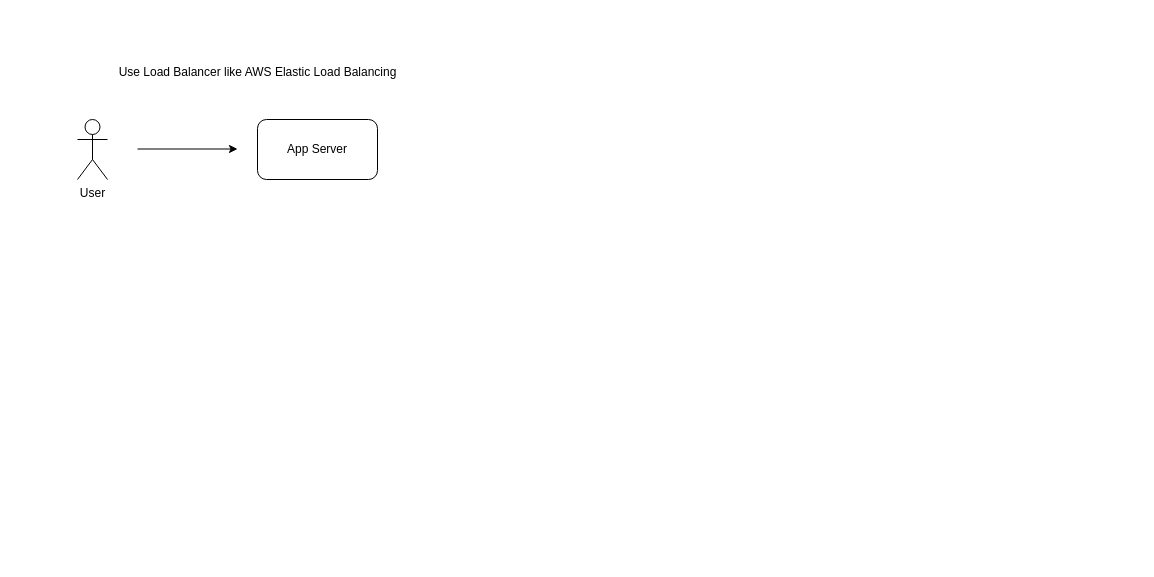
Before: Untitled Diagram.drawio in matthewyohannes/system-design, a draw.io diagram. Source tidied: cells renumbered, new cells numbered last; positions are measured from the earlier drawing's top-left corner, leaving out a move shared by most shapes. Both pictures are drawn from the tidied source at 100%, with x=0, y=0 at pixel (77, 57). Pictures stored in the file or linked from it are replaced by grey dashed boxes.
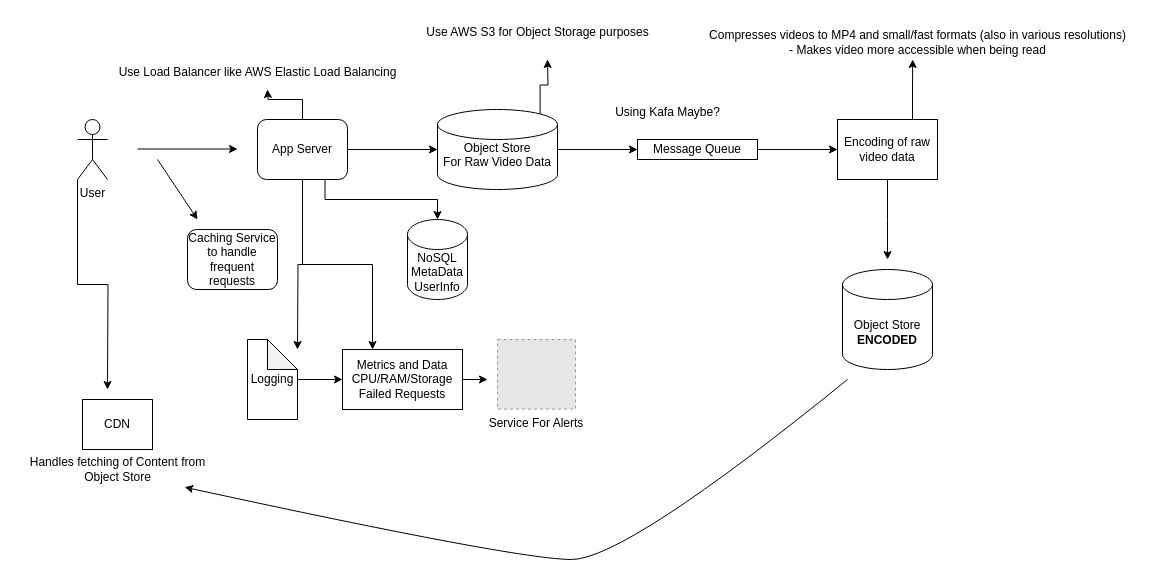
The same diagram, later.

The change refers to these unchanged cells:
```xml
<mxCell id="2" value="User" style="shape=umlActor;verticalLabelPosition=bottom;verticalAlign=top;html=1;outlineConnect=0;" parent="1" vertex="1">
  <mxGeometry y="62" width="30" height="60" as="geometry" />
</mxCell>
```

The edit, as a diff of the source:
```diff
@@
+    <mxCell id="6" style="edgeStyle=orthogonalEdgeStyle;rounded=0;jettySize=auto;html=1;exitX=0;exitY=1;exitDx=0;exitDy=0;exitPerimeter=0;" parent="1" edge="1" source="2">
+      <mxGeometry relative="1" as="geometry">
+        <mxPoint x="30" y="332" as="targetPoint" />
+      </mxGeometry>
+    </mxCell>
@@
+    <mxCell id="7" style="edgeStyle=orthogonalEdgeStyle;rounded=0;jettySize=auto;html=1;exitX=1;exitY=0.5;exitDx=0;exitDy=0;entryX=0;entryY=0.5;entryDx=0;entryDy=0;entryPerimeter=0;" parent="1" edge="1" source="4" target="15">
+      <mxGeometry relative="1" as="geometry" />
+    </mxCell>
+    <mxCell id="8" style="edgeStyle=orthogonalEdgeStyle;rounded=0;jettySize=auto;html=1;exitX=0.5;exitY=0;exitDx=0;exitDy=0;" parent="1" edge="1" source="4">
+      <mxGeometry relative="1" as="geometry">
+        <mxPoint x="190" y="32" as="targetPoint" />
+      </mxGeometry>
+    </mxCell>
+    <mxCell id="9" style="edgeStyle=orthogonalEdgeStyle;rounded=0;jettySize=auto;html=1;exitX=0.75;exitY=1;exitDx=0;exitDy=0;" parent="1" edge="1" source="4" target="12">
+      <mxGeometry relative="1" as="geometry" />
+    </mxCell>
+    <mxCell id="10" style="edgeStyle=orthogonalEdgeStyle;rounded=0;jettySize=auto;html=1;" parent="1" edge="1" source="4">
+      <mxGeometry relative="1" as="geometry">
+        <mxPoint x="220" y="292" as="targetPoint" />
+      </mxGeometry>
+    </mxCell>
+    <mxCell id="11" style="edgeStyle=orthogonalEdgeStyle;rounded=0;jettySize=auto;html=1;exitX=0.5;exitY=1;exitDx=0;exitDy=0;entryX=0.25;entryY=0;entryDx=0;entryDy=0;" parent="1" edge="1" source="4" target="22">
+      <mxGeometry relative="1" as="geometry" />
+    </mxCell>
     <mxCell id="4" value="App Server" style="rounded=1;whiteSpace=wrap;html=1;" parent="1" vertex="1">
-      <mxGeometry x="180" y="62" width="120" height="60" as="geometry" />
+      <mxGeometry x="180" y="62" width="90" height="60" as="geometry" />
     </mxCell>
@@
+    <mxCell id="12" value="NoSQL&lt;div&gt;MetaData&lt;/div&gt;&lt;div&gt;UserInfo&lt;/div&gt;" style="shape=cylinder3;whiteSpace=wrap;html=1;boundedLbl=1;backgroundOutline=1;size=15;" parent="1" vertex="1">
+      <mxGeometry x="330" y="162" width="60" height="80" as="geometry" />
+    </mxCell>
+    <mxCell id="13" style="edgeStyle=orthogonalEdgeStyle;rounded=0;jettySize=auto;html=1;" parent="1" edge="1" source="15" target="24">
+      <mxGeometry relative="1" as="geometry" />
+    </mxCell>
+    <mxCell id="14" style="edgeStyle=orthogonalEdgeStyle;rounded=0;jettySize=auto;html=1;exitX=0.855;exitY=0;exitDx=0;exitDy=4.35;exitPerimeter=0;" parent="1" edge="1" source="15">
+      <mxGeometry relative="1" as="geometry">
+        <mxPoint x="470" y="2" as="targetPoint" />
+      </mxGeometry>
+    </mxCell>
+    <mxCell id="15" value="Object Store&lt;div&gt;For Raw Video Data&lt;br&gt;&lt;div&gt;&lt;span style=&quot;color: rgba(0, 0, 0, 0); font-family: monospace; font-size: 0px; text-align: start; text-wrap-mode: nowrap;&quot;&gt;For%3CmxGraphModel%3E%3Croot%3E%3CmxCell%20id%3D%220%22%2F%3E%3CmxCell%20id%3D%221%22%20parent%3D%220%22%2F%3E%3CmxCell%20id%3D%222%22%20value%3D%22Object%20Store%26lt%3Bdiv%26gt%3B(For%20Raw%20Video%20Data)%26lt%3B%2Fdiv%26gt%3B%22%20style%3D%22rounded%3D1%3BwhiteSpace%3Dwrap%3Bhtml%3D1%3B%22%20vertex%3D%221%22%20parent%3D%221%22%3E%3CmxGeometry%20x%3D%22400%22%20y%3D%22190%22%20width%3D%22120%22%20height%3D%2260%22%20as%3D%22geometry%22%2F%3E%3C%2FmxCell%3E%3C%2Froot%3E%3C%2FmxGraphModel%3E&lt;/span&gt;&lt;/div&gt;&lt;/div&gt;" style="shape=cylinder3;whiteSpace=wrap;html=1;boundedLbl=1;backgroundOutline=1;size=15;" parent="1" vertex="1">
+      <mxGeometry x="360" y="52" width="120" height="80" as="geometry" />
+    </mxCell>
+    <mxCell id="16" value="Caching Service to handle frequent requests" style="rounded=1;whiteSpace=wrap;html=1;" parent="1" vertex="1">
+      <mxGeometry x="110" y="172" width="90" height="60" as="geometry" />
+    </mxCell>
+    <mxCell id="17" style="edgeStyle=none;orthogonalLoop=1;jettySize=auto;html=1;rounded=0;" parent="1" edge="1">
+      <mxGeometry relative="1" as="geometry">
+        <mxPoint x="80" y="102" as="sourcePoint" />
+        <mxPoint x="120" y="162" as="targetPoint" />
+      </mxGeometry>
+    </mxCell>
+    <mxCell id="18" style="edgeStyle=orthogonalEdgeStyle;rounded=0;jettySize=auto;html=1;" parent="1" edge="1" source="19" target="22">
+      <mxGeometry relative="1" as="geometry" />
+    </mxCell>
+    <mxCell id="19" value="Logging" style="shape=note;whiteSpace=wrap;html=1;backgroundOutline=1;darkOpacity=0.05;" parent="1" vertex="1">
+      <mxGeometry x="170" y="282" width="50" height="80" as="geometry" />
+    </mxCell>
+    <mxCell id="20" value="Service For Alerts" style="fillColor=#E6E6E6;strokeColor=#999999;dashed=1;verticalLabelPosition=bottom;labelBackgroundColor=default;verticalAlign=top;" parent="1" vertex="1">
+      <mxGeometry x="420" y="282" width="78" height="69.6" as="geometry" />
+    </mxCell>
+    <mxCell id="21" style="edgeStyle=orthogonalEdgeStyle;rounded=0;jettySize=auto;html=1;exitX=1;exitY=0.5;exitDx=0;exitDy=0;" parent="1" edge="1" source="22">
+      <mxGeometry relative="1" as="geometry">
+        <mxPoint x="410" y="322" as="targetPoint" />
+      </mxGeometry>
+    </mxCell>
+    <mxCell id="22" value="Metrics and Data&lt;div&gt;CPU/RAM/Storage&lt;/div&gt;&lt;div&gt;Failed Requests&lt;/div&gt;" style="whiteSpace=wrap;html=1;" parent="1" vertex="1">
+      <mxGeometry x="265" y="292" width="120" height="60" as="geometry" />
+    </mxCell>
+    <mxCell id="23" style="edgeStyle=orthogonalEdgeStyle;rounded=0;jettySize=auto;html=1;" parent="1" edge="1" source="24" target="27">
+      <mxGeometry relative="1" as="geometry" />
+    </mxCell>
+    <mxCell id="24" value="Message Queue" style="whiteSpace=wrap;html=1;" parent="1" vertex="1">
+      <mxGeometry x="560" y="82" width="120" height="20" as="geometry" />
+    </mxCell>
+    <mxCell id="25" style="edgeStyle=orthogonalEdgeStyle;rounded=0;jettySize=auto;html=1;exitX=0.75;exitY=0;exitDx=0;exitDy=0;" parent="1" edge="1" source="27">
+      <mxGeometry relative="1" as="geometry">
+        <mxPoint x="835.2" y="2" as="targetPoint" />
+      </mxGeometry>
+    </mxCell>
+    <mxCell id="26" style="edgeStyle=orthogonalEdgeStyle;rounded=0;jettySize=auto;html=1;" parent="1" edge="1" source="27">
+      <mxGeometry relative="1" as="geometry">
+        <mxPoint x="810" y="202" as="targetPoint" />
+      </mxGeometry>
+    </mxCell>
+    <mxCell id="27" value="Encoding of raw video data" style="whiteSpace=wrap;html=1;" parent="1" vertex="1">
+      <mxGeometry x="760" y="62" width="100" height="60" as="geometry" />
+    </mxCell>
+    <mxCell id="28" value="Use AWS S3 for Object Storage purposes" style="text;html=1;align=center;verticalAlign=middle;strokeColor=none;fillColor=none;" parent="1" vertex="1">
+      <mxGeometry x="335" y="-40" width="250" height="30" as="geometry" />
+    </mxCell>
+    <mxCell id="29" value="Using Kafa Maybe?" style="text;html=1;align=center;verticalAlign=middle;strokeColor=none;fillColor=none;" parent="1" vertex="1">
+      <mxGeometry x="525" y="40" width="130" height="30" as="geometry" />
+    </mxCell>
+    <mxCell id="30" value="Compresses videos to MP4 and small/fast formats (also in various resolutions)&lt;div&gt;- Makes video more accessible when being read&lt;/div&gt;" style="text;html=1;align=center;verticalAlign=middle;strokeColor=none;fillColor=none;" parent="1" vertex="1">
+      <mxGeometry x="620" y="-35" width="440" height="40" as="geometry" />
+    </mxCell>
+    <mxCell id="31" value="Object Store&lt;div&gt;&lt;b&gt;ENCODED&lt;/b&gt;&lt;/div&gt;" style="shape=cylinder3;whiteSpace=wrap;html=1;boundedLbl=1;backgroundOutline=1;size=15;" parent="1" vertex="1">
+      <mxGeometry x="765" y="212" width="90" height="100" as="geometry" />
+    </mxCell>
+    <mxCell id="32" value="CDN" style="whiteSpace=wrap;html=1;" parent="1" vertex="1">
+      <mxGeometry x="5" y="342" width="70" height="50" as="geometry" />
+    </mxCell>
+    <mxCell id="33" value="Handles fetching of Content from&lt;div&gt;Object Store&lt;/div&gt;" style="text;html=1;align=center;verticalAlign=middle;points=[];strokeColor=none;fillColor=none;" parent="1" vertex="1">
+      <mxGeometry x="-60" y="392" width="200" height="40" as="geometry" />
+    </mxCell>
+    <mxCell id="34" style="curved=1;endArrow=classic;html=1;rounded=0;entryX=0.836;entryY=0.943;entryDx=0;entryDy=0;entryPerimeter=0;" parent="1" edge="1" target="33">
+      <mxGeometry relative="1" as="geometry">
+        <mxPoint x="770" y="322" as="sourcePoint" />
+        <Array as="points">
+          <mxPoint x="548" y="502" />
+          <mxPoint x="440" y="502" />
+        </Array>
+      </mxGeometry>
+    </mxCell>
```
